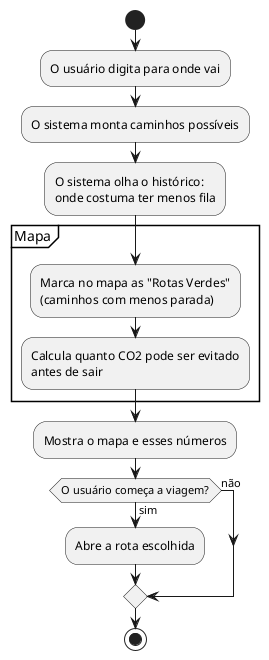
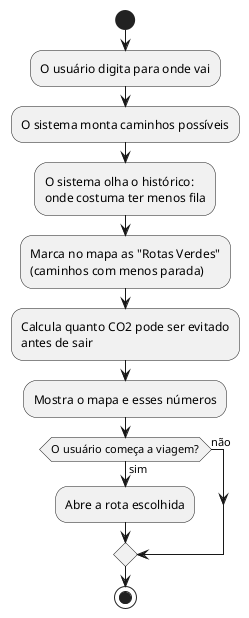
@startuml US08_Roteirizador_Verde
start
:O usuário digita para onde vai;
:O sistema monta caminhos possíveis;
:O sistema olha o histórico:\nonde costuma ter menos fila;
- partition "Mapa" {
-   :Marca no mapa as "Rotas Verdes"\n(caminhos com menos parada);
-   :Calcula quanto CO2 pode ser evitado\nantes de sair;
- }
+ :Marca no mapa as "Rotas Verdes"\n(caminhos com menos parada);
+ :Calcula quanto CO2 pode ser evitado\nantes de sair;
:Mostra o mapa e esses números;
if (O usuário começa a viagem?) then (sim)
  :Abre a rota escolhida;
else (não)
endif
stop
@enduml
